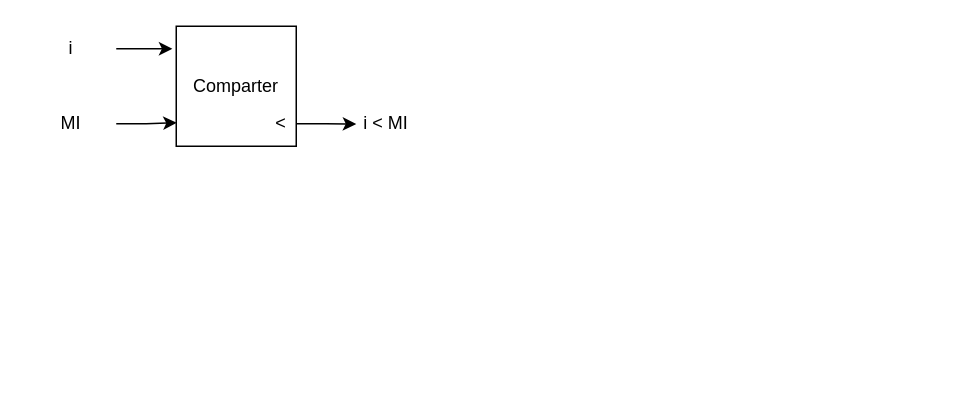
The draw.io diagram status_signals.drawio in 0xByteRush/COE302, before the edit. Source tidied: cells renumbered, new cells numbered last; positions are measured from the earlier drawing's top-left corner, leaving out a move shared by most shapes. Both pictures are drawn from the tidied source at 150%, with x=0, y=0 at pixel (26, 26).
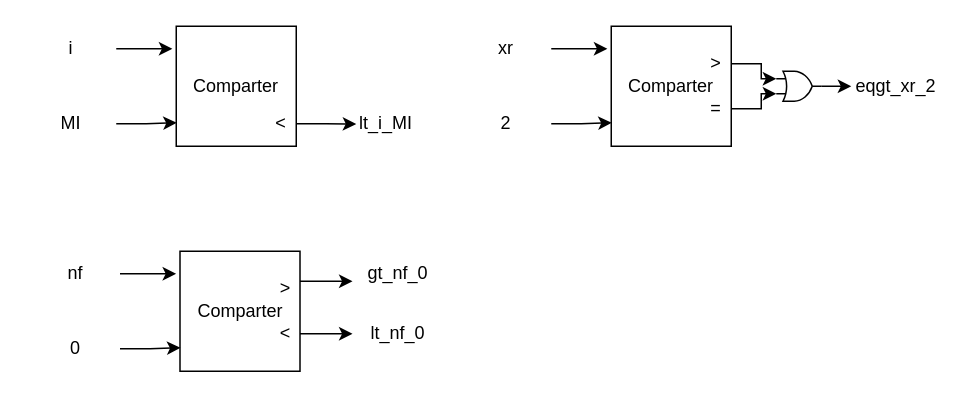
After the change.

Commit message:
nearly there

The edit, as a diff of the source:
```diff
@@
-    <mxCell id="9" value="i &amp;lt; MI" style="text;html=1;whiteSpace=wrap;strokeColor=none;fillColor=none;align=center;verticalAlign=middle;rounded=0;" parent="1" vertex="1">
+    <mxCell id="9" value="lt_i_MI" style="text;html=1;whiteSpace=wrap;strokeColor=none;fillColor=none;align=center;verticalAlign=middle;rounded=0;" parent="1" vertex="1">
       <mxGeometry x="210" y="50" width="60" height="30" as="geometry" />
     </mxCell>
+    <mxCell id="10" value="Comparter" style="whiteSpace=wrap;html=1;" parent="1" vertex="1">
+      <mxGeometry x="390" width="80" height="80" as="geometry" />
+    </mxCell>
+    <mxCell id="11" value="xr" style="text;html=1;whiteSpace=wrap;strokeColor=none;fillColor=none;align=center;verticalAlign=middle;rounded=0;" parent="1" vertex="1">
+      <mxGeometry x="290" width="60" height="30" as="geometry" />
+    </mxCell>
+    <mxCell id="12" style="edgeStyle=orthogonalEdgeStyle;rounded=0;jettySize=auto;html=1;exitX=1;exitY=0.5;exitDx=0;exitDy=0;entryX=-0.032;entryY=0.196;entryDx=0;entryDy=0;entryPerimeter=0;" parent="1" edge="1" source="11" target="10">
+      <mxGeometry relative="1" as="geometry" />
+    </mxCell>
+    <mxCell id="13" value="2" style="text;html=1;whiteSpace=wrap;strokeColor=none;fillColor=none;align=center;verticalAlign=middle;rounded=0;" parent="1" vertex="1">
+      <mxGeometry x="290" y="50" width="60" height="30" as="geometry" />
+    </mxCell>
+    <mxCell id="14" style="edgeStyle=orthogonalEdgeStyle;rounded=0;jettySize=auto;html=1;exitX=1;exitY=0.5;exitDx=0;exitDy=0;entryX=0.004;entryY=0.804;entryDx=0;entryDy=0;entryPerimeter=0;" parent="1" edge="1" source="13" target="10">
+      <mxGeometry relative="1" as="geometry" />
+    </mxCell>
+    <mxCell id="15" value="&amp;gt;" style="text;html=1;whiteSpace=wrap;strokeColor=none;fillColor=none;align=center;verticalAlign=middle;rounded=0;" parent="1" vertex="1">
+      <mxGeometry x="450" y="20" width="20" height="10" as="geometry" />
+    </mxCell>
+    <mxCell id="16" value="=" style="text;html=1;whiteSpace=wrap;strokeColor=none;fillColor=none;align=center;verticalAlign=middle;rounded=0;" parent="1" vertex="1">
+      <mxGeometry x="450" y="50" width="20" height="10" as="geometry" />
+    </mxCell>
+    <mxCell id="17" style="edgeStyle=orthogonalEdgeStyle;rounded=0;jettySize=auto;html=1;exitX=1;exitY=0.5;exitDx=0;exitDy=0;exitPerimeter=0;" parent="1" edge="1" source="18">
+      <mxGeometry relative="1" as="geometry">
+        <mxPoint x="550" y="40" as="targetPoint" />
+      </mxGeometry>
+    </mxCell>
+    <mxCell id="18" style="verticalLabelPosition=bottom;shadow=0;dashed=0;align=center;html=1;verticalAlign=top;shape=mxgraph.electrical.logic_gates.logic_gate;operation=or;" parent="1" vertex="1">
+      <mxGeometry x="500" y="30" width="30" height="20" as="geometry" />
+    </mxCell>
+    <mxCell id="19" style="rounded=0;jettySize=auto;html=1;exitX=1;exitY=0.5;exitDx=0;exitDy=0;entryX=0;entryY=0.25;entryDx=0;entryDy=0;entryPerimeter=0;edgeStyle=orthogonalEdgeStyle;" parent="1" edge="1" source="15" target="18">
+      <mxGeometry relative="1" as="geometry">
+        <Array as="points">
+          <mxPoint x="490" y="25" />
+          <mxPoint x="490" y="35" />
+        </Array>
+      </mxGeometry>
+    </mxCell>
+    <mxCell id="20" style="edgeStyle=orthogonalEdgeStyle;rounded=0;jettySize=auto;html=1;exitX=1;exitY=0.5;exitDx=0;exitDy=0;entryX=0;entryY=0.75;entryDx=0;entryDy=0;entryPerimeter=0;" parent="1" edge="1" source="16" target="18">
+      <mxGeometry relative="1" as="geometry">
+        <Array as="points">
+          <mxPoint x="490" y="55" />
+          <mxPoint x="490" y="45" />
+        </Array>
+      </mxGeometry>
+    </mxCell>
+    <mxCell id="21" value="eqgt_xr_2" style="text;html=1;whiteSpace=wrap;strokeColor=none;fillColor=none;align=center;verticalAlign=middle;rounded=0;" parent="1" vertex="1">
+      <mxGeometry x="550" y="25" width="60" height="30" as="geometry" />
+    </mxCell>
+    <mxCell id="22" style="edgeStyle=orthogonalEdgeStyle;rounded=0;jettySize=auto;html=1;exitX=1;exitY=0.25;exitDx=0;exitDy=0;" parent="1" edge="1" source="23">
+      <mxGeometry relative="1" as="geometry">
+        <mxPoint x="217.5" y="170" as="targetPoint" />
+      </mxGeometry>
+    </mxCell>
+    <mxCell id="23" value="Comparter" style="whiteSpace=wrap;html=1;" parent="1" vertex="1">
+      <mxGeometry x="102.5" y="150" width="80" height="80" as="geometry" />
+    </mxCell>
+    <mxCell id="24" value="nf" style="text;html=1;whiteSpace=wrap;strokeColor=none;fillColor=none;align=center;verticalAlign=middle;rounded=0;" parent="1" vertex="1">
+      <mxGeometry x="2.5" y="150" width="60" height="30" as="geometry" />
+    </mxCell>
+    <mxCell id="25" style="edgeStyle=orthogonalEdgeStyle;rounded=0;jettySize=auto;html=1;exitX=1;exitY=0.5;exitDx=0;exitDy=0;entryX=-0.032;entryY=0.196;entryDx=0;entryDy=0;entryPerimeter=0;" parent="1" edge="1" source="24" target="23">
+      <mxGeometry relative="1" as="geometry" />
+    </mxCell>
+    <mxCell id="26" value="0" style="text;html=1;whiteSpace=wrap;strokeColor=none;fillColor=none;align=center;verticalAlign=middle;rounded=0;" parent="1" vertex="1">
+      <mxGeometry x="2.5" y="200" width="60" height="30" as="geometry" />
+    </mxCell>
+    <mxCell id="27" style="edgeStyle=orthogonalEdgeStyle;rounded=0;jettySize=auto;html=1;exitX=1;exitY=0.5;exitDx=0;exitDy=0;entryX=0.004;entryY=0.804;entryDx=0;entryDy=0;entryPerimeter=0;" parent="1" edge="1" source="26" target="23">
+      <mxGeometry relative="1" as="geometry" />
+    </mxCell>
+    <mxCell id="28" value="&amp;gt;" style="text;html=1;whiteSpace=wrap;strokeColor=none;fillColor=none;align=center;verticalAlign=middle;rounded=0;" parent="1" vertex="1">
+      <mxGeometry x="162.5" y="170" width="20" height="10" as="geometry" />
+    </mxCell>
+    <mxCell id="29" style="edgeStyle=orthogonalEdgeStyle;rounded=0;jettySize=auto;html=1;exitX=1;exitY=0.5;exitDx=0;exitDy=0;" parent="1" edge="1" source="30">
+      <mxGeometry relative="1" as="geometry">
+        <mxPoint x="217.5" y="205.2" as="targetPoint" />
+      </mxGeometry>
+    </mxCell>
+    <mxCell id="30" value="&amp;lt;" style="text;html=1;whiteSpace=wrap;strokeColor=none;fillColor=none;align=center;verticalAlign=middle;rounded=0;" parent="1" vertex="1">
+      <mxGeometry x="162.5" y="200" width="20" height="10" as="geometry" />
+    </mxCell>
+    <mxCell id="31" value="gt_nf_0" style="text;html=1;whiteSpace=wrap;strokeColor=none;fillColor=none;align=center;verticalAlign=middle;rounded=0;" parent="1" vertex="1">
+      <mxGeometry x="217.5" y="150" width="60" height="30" as="geometry" />
+    </mxCell>
+    <mxCell id="32" value="lt_nf_0" style="text;html=1;whiteSpace=wrap;strokeColor=none;fillColor=none;align=center;verticalAlign=middle;rounded=0;" parent="1" vertex="1">
+      <mxGeometry x="217.5" y="190" width="60" height="30" as="geometry" />
+    </mxCell>
```
